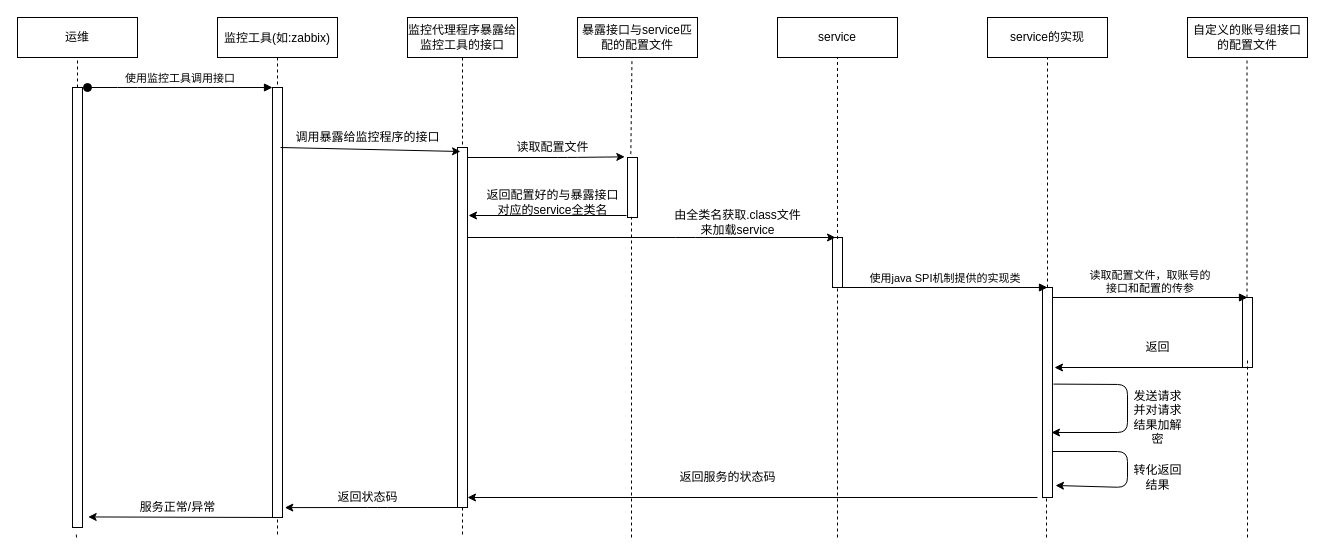
lanzhizhinian/Java keeps this draw.io diagram as Untitled Diagram.drawio. Above is the earlier version. Source tidied: cells renumbered, new cells numbered last; positions are measured from the earlier drawing's top-left corner, leaving out a move shared by most shapes. Both pictures are drawn from the tidied source at 100%, with x=0, y=0 at pixel (17, 17).
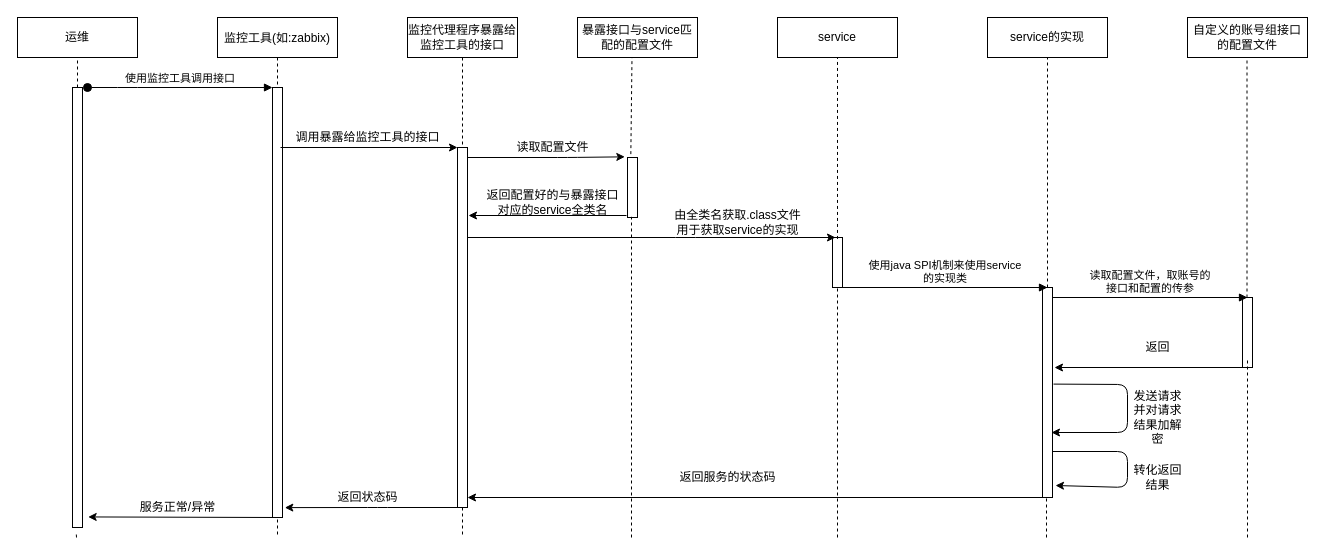
The same page after the edit.

Change to the diagram source:
```diff
@@
-    <mxCell id="18" value="使用java SPI机制提供的实现类" style="verticalAlign=bottom;endArrow=block;shadow=0;strokeWidth=1;" parent="1" edge="1">
+    <mxCell id="18" value="使用java SPI机制来使用service&#10;的实现类" style="verticalAlign=bottom;endArrow=block;shadow=0;strokeWidth=1;" parent="1" edge="1">
       <mxGeometry relative="1" as="geometry">
         <mxPoint x="825" y="270" as="sourcePoint" />
         <mxPoint x="1030" y="270" as="targetPoint" />
         <Array as="points">
           <mxPoint x="935.5" y="270" />
           <mxPoint x="965.5" y="270" />
         </Array>
       </mxGeometry>
     </mxCell>
@@
     <mxCell id="30" style="endArrow=classic;html=1;" parent="1" edge="1">
       <mxGeometry relative="1" as="geometry">
         <mxPoint x="263" y="130" as="sourcePoint" />
-        <mxPoint x="443" y="134" as="targetPoint" />
+        <mxPoint x="440" y="130" as="targetPoint" />
       </mxGeometry>
     </mxCell>
-    <mxCell id="31" value="调用暴露给监控程序的接口" style="text;html=1;align=center;verticalAlign=middle;strokeColor=none;fillColor=none;" parent="1" vertex="1">
+    <mxCell id="31" value="调用暴露给监控工具的接口" style="text;html=1;align=center;verticalAlign=middle;strokeColor=none;fillColor=none;" parent="1" vertex="1">
       <mxGeometry x="270" y="110" width="160" height="20" as="geometry" />
     </mxCell>
@@
-    <mxCell id="38" value="由全类名获取.class文件&lt;br&gt;来加载service" style="text;html=1;align=center;verticalAlign=middle;strokeColor=none;fillColor=none;" parent="1" vertex="1">
+    <mxCell id="38" value="由全类名获取.class文件&lt;br&gt;用于获取service的实现" style="text;html=1;align=center;verticalAlign=middle;strokeColor=none;fillColor=none;" parent="1" vertex="1">
       <mxGeometry x="650" y="190" width="140" height="30" as="geometry" />
     </mxCell>
@@
     <mxCell id="43" style="endArrow=classic;html=1;" parent="1" edge="1">
       <mxGeometry relative="1" as="geometry">
-        <mxPoint x="1020" y="480" as="sourcePoint" />
+        <mxPoint x="1030" y="480" as="sourcePoint" />
         <mxPoint x="450" y="480" as="targetPoint" />
       </mxGeometry>
     </mxCell>
```
